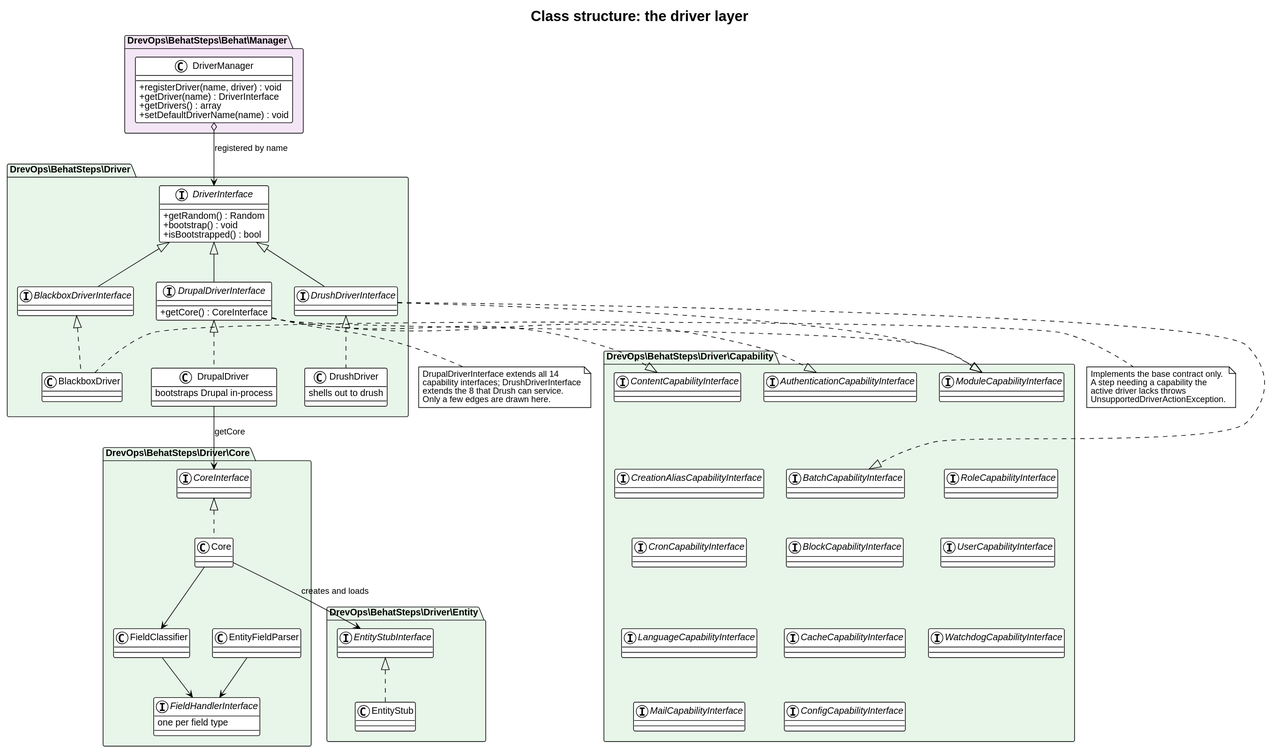
Above: docs/architecture/class-drivers.svg in drevops/behat-steps (PlantUML), before the change.
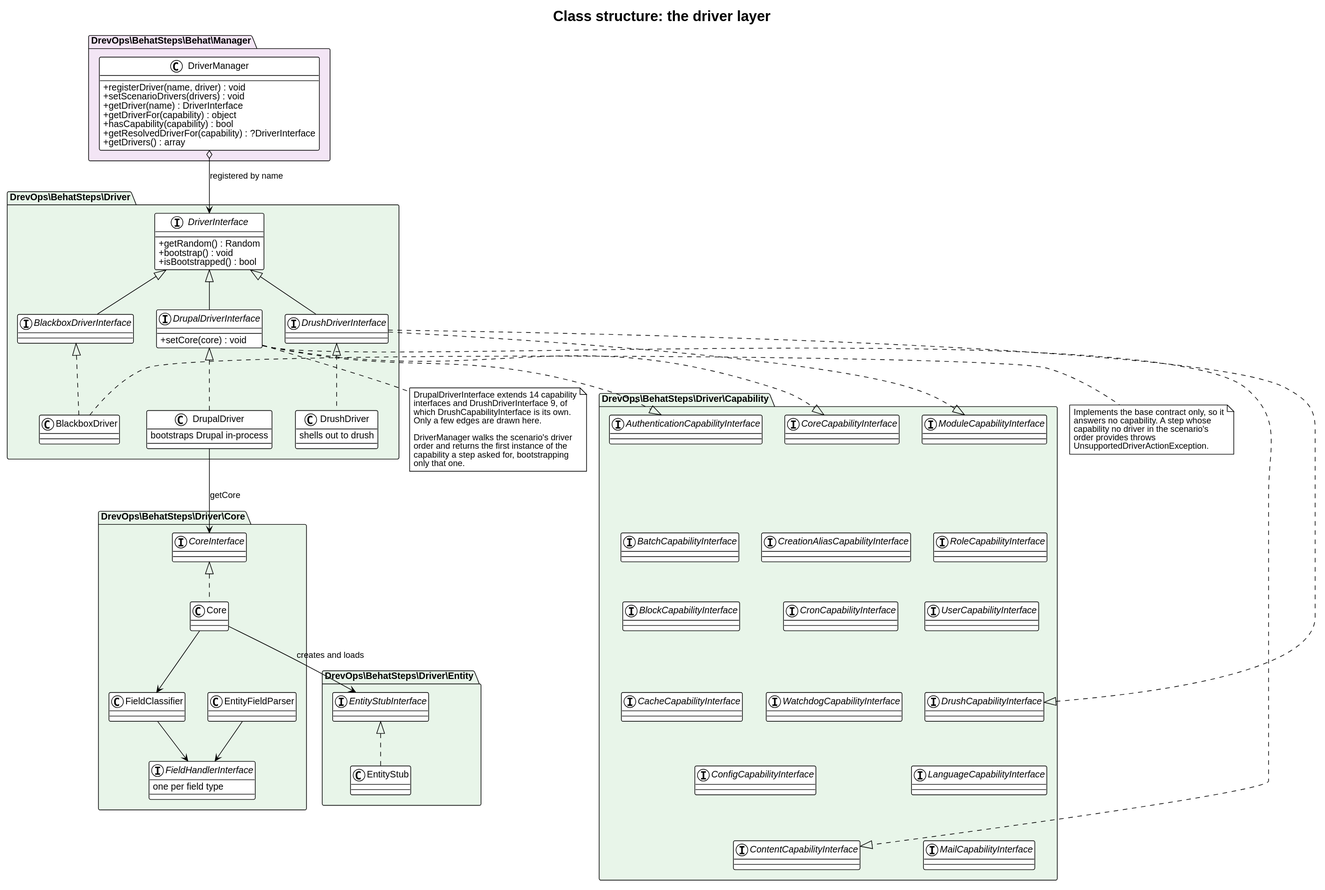
Later version of the same file.

Commit message:
[#832] Retraced the architecture diagrams onto capability-based driver resolution.

What changed in the source:
```diff
@@ -9,9 +9,12 @@
 package "DrevOps\\BehatSteps\\Behat\\Manager" #F3E5F5 {
   class DriverManager {
     +registerDriver(name, driver) : void
+    +setScenarioDrivers(drivers) : void
     +getDriver(name) : DriverInterface
+    +getDriverFor(capability) : object
+    +hasCapability(capability) : bool
+    +getResolvedDriverFor(capability) : ?DriverInterface
     +getDrivers() : array
-    +setDefaultDriverName(name) : void
   }
 }
 
@@ -25,7 +28,7 @@
 
   interface BlackboxDriverInterface
   interface DrupalDriverInterface {
-    +getCore() : CoreInterface
+    +setCore(core) : void
   }
   interface DrushDriverInterface
 
@@ -53,8 +56,10 @@
   interface CacheCapabilityInterface
   interface ConfigCapabilityInterface
   interface ContentCapabilityInterface
+  interface CoreCapabilityInterface
   interface CreationAliasCapabilityInterface
   interface CronCapabilityInterface
+  interface DrushCapabilityInterface
   interface LanguageCapabilityInterface
   interface MailCapabilityInterface
   interface ModuleCapabilityInterface
@@ -66,10 +71,12 @@
   BatchCapabilityInterface -[hidden]down- BlockCapabilityInterface
   BlockCapabilityInterface -[hidden]down- CacheCapabilityInterface
   CacheCapabilityInterface -[hidden]down- ConfigCapabilityInterface
+  ConfigCapabilityInterface -[hidden]down- ContentCapabilityInterface
 
-  ContentCapabilityInterface -[hidden]down- CreationAliasCapabilityInterface
+  CoreCapabilityInterface -[hidden]down- CreationAliasCapabilityInterface
   CreationAliasCapabilityInterface -[hidden]down- CronCapabilityInterface
-  CronCapabilityInterface -[hidden]down- LanguageCapabilityInterface
+  CronCapabilityInterface -[hidden]down- DrushCapabilityInterface
+  DrushCapabilityInterface -[hidden]down- LanguageCapabilityInterface
   LanguageCapabilityInterface -[hidden]down- MailCapabilityInterface
 
   ModuleCapabilityInterface -[hidden]down- RoleCapabilityInterface
@@ -102,24 +109,30 @@
 
 DrupalDriverInterface ..|> AuthenticationCapabilityInterface
 DrupalDriverInterface ..|> ContentCapabilityInterface
-DrupalDriverInterface ..|> ModuleCapabilityInterface
-DrushDriverInterface ..|> BatchCapabilityInterface
+DrupalDriverInterface ..|> CoreCapabilityInterface
+DrushDriverInterface ..|> DrushCapabilityInterface
 DrushDriverInterface ..|> ModuleCapabilityInterface
 
 DrupalDriver --> CoreInterface : getCore
 Core --> EntityStubInterface : creates and loads
 
 note right of BlackboxDriver
-  Implements the base contract only.
-  A step needing a capability the
-  active driver lacks throws
+  Implements the base contract only, so it
+  answers no capability. A step whose
+  capability no driver in the scenario's
+  order provides throws
   UnsupportedDriverActionException.
 end note
 
 note bottom of DrupalDriverInterface
-  DrupalDriverInterface extends all 14
-  capability interfaces; DrushDriverInterface
-  extends the 8 that Drush can service.
+  DrupalDriverInterface extends 14 capability
+  interfaces and DrushDriverInterface 9, of
+  which DrushCapabilityInterface is its own.
   Only a few edges are drawn here.
+
+  DriverManager walks the scenario's driver
+  order and returns the first instance of the
+  capability a step asked for, bootstrapping
+  only that one.
 end note
 @enduml
```
